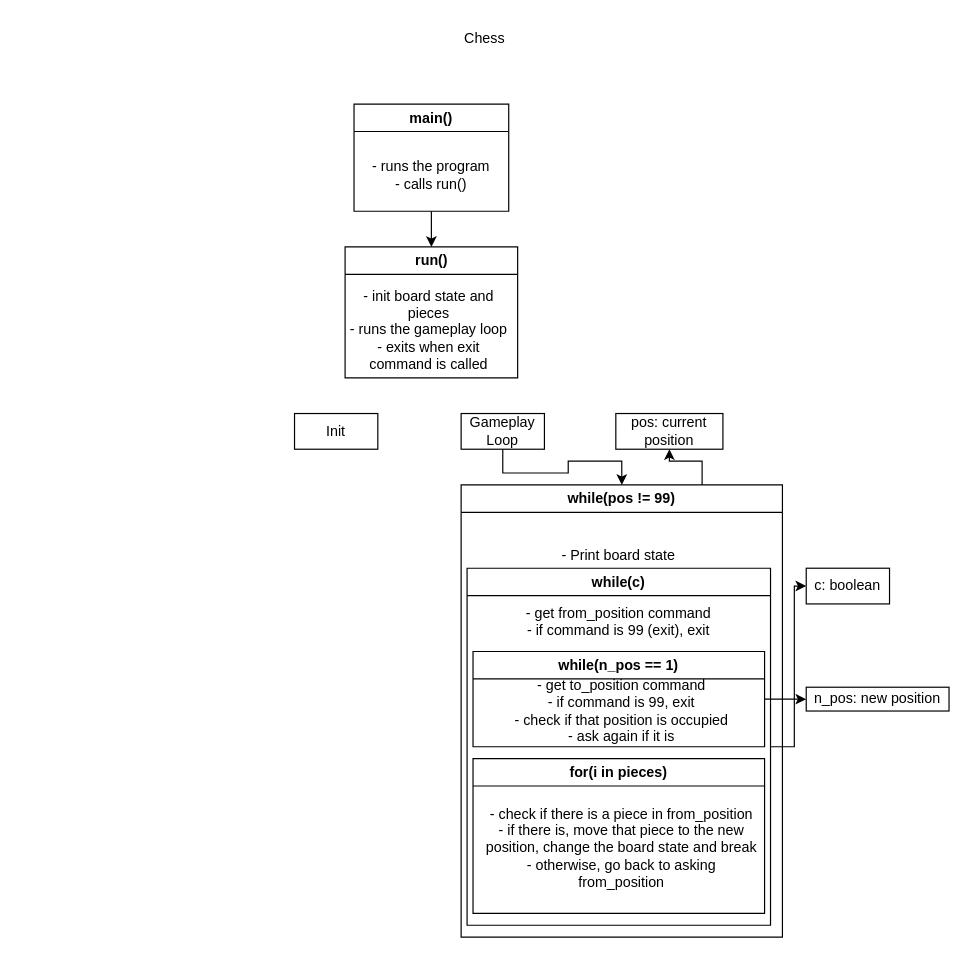
Above: Software Architecture.drawio in Habanossi/chess (draw.io), before the change. Source tidied: cells renumbered, new cells numbered last; positions are measured from the earlier drawing's top-left corner, leaving out a move shared by most shapes. Both pictures are drawn from the tidied source at 119%, with x=0, y=0 at pixel (294, 20).
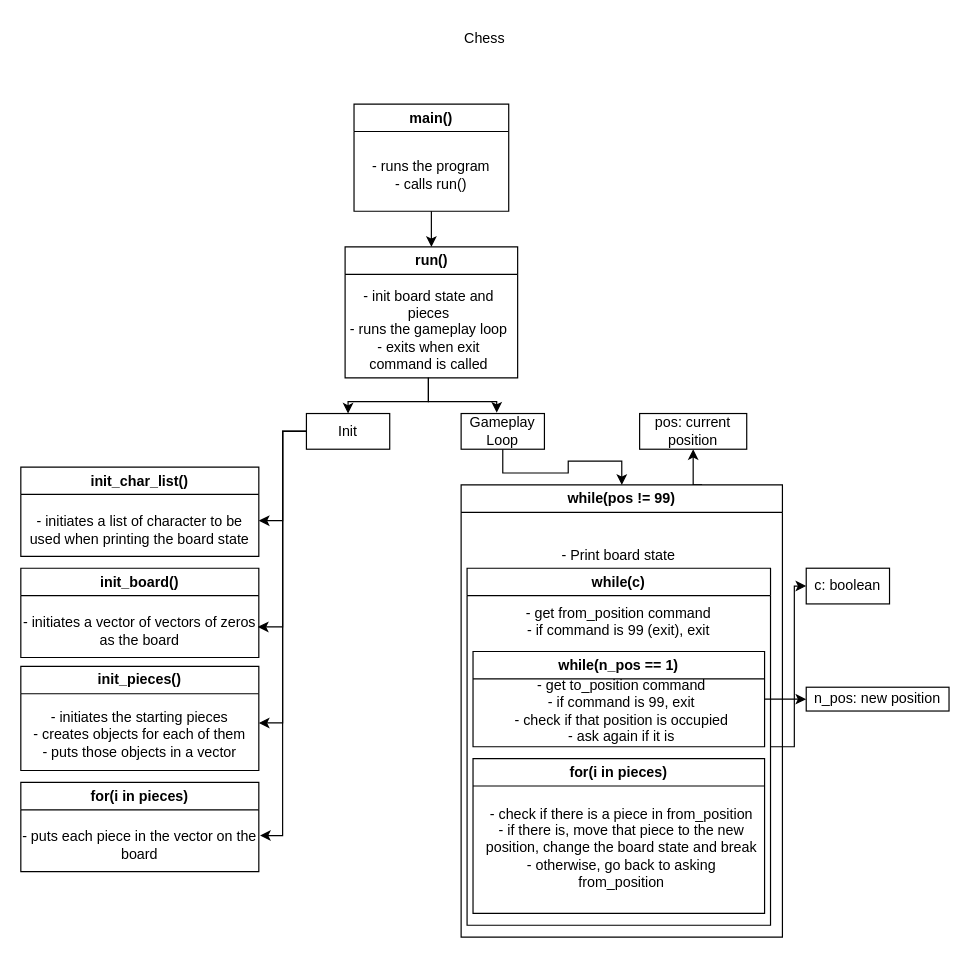
The same page after the edit.

Commit message (it also covers changes not shown here):
add inits to diagram, move init_pieces to functions

Unchanged cells that the change refers to:
```xml
<mxCell id="6" value="- init board state and pieces&lt;br&gt;- runs the gameplay loop&lt;br&gt;- exits when exit command is called" style="text;html=1;strokeColor=none;fillColor=none;align=center;verticalAlign=middle;whiteSpace=wrap;rounded=0;" parent="5" vertex="1">
  <mxGeometry y="30" width="140" height="80" as="geometry" />
</mxCell>
<mxCell id="10" value="Gameplay Loop" style="rounded=0;whiteSpace=wrap;html=1;" parent="1" vertex="1">
  <mxGeometry x="140" y="330" width="70" height="30" as="geometry" />
</mxCell>
```

The edit, as a diff of the source:
```diff
@@
+    <mxCell id="25" style="edgeStyle=orthogonalEdgeStyle;rounded=0;jettySize=auto;html=1;entryX=1;entryY=0.364;entryDx=0;entryDy=0;entryPerimeter=0;" parent="1" edge="1" source="8" target="30">
+      <mxGeometry relative="1" as="geometry" />
+    </mxCell>
+    <mxCell id="26" style="edgeStyle=orthogonalEdgeStyle;rounded=0;jettySize=auto;html=1;entryX=0.996;entryY=0.442;entryDx=0;entryDy=0;entryPerimeter=0;" parent="1" edge="1" source="8" target="32">
+      <mxGeometry relative="1" as="geometry" />
+    </mxCell>
+    <mxCell id="27" style="edgeStyle=orthogonalEdgeStyle;rounded=0;jettySize=auto;html=1;entryX=1;entryY=0.346;entryDx=0;entryDy=0;entryPerimeter=0;" parent="1" edge="1" source="8" target="34">
+      <mxGeometry relative="1" as="geometry" />
+    </mxCell>
+    <mxCell id="28" style="edgeStyle=orthogonalEdgeStyle;rounded=0;jettySize=auto;html=1;entryX=1.005;entryY=0.358;entryDx=0;entryDy=0;entryPerimeter=0;" parent="1" edge="1" source="8" target="36">
+      <mxGeometry relative="1" as="geometry" />
+    </mxCell>
     <mxCell id="8" value="Init" style="rounded=0;whiteSpace=wrap;html=1;" parent="1" vertex="1">
-      <mxGeometry y="330" width="70" height="30" as="geometry" />
+      <mxGeometry x="10" y="330" width="70" height="30" as="geometry" />
     </mxCell>
@@
     <mxCell id="20" value="pos: current position" style="rounded=0;whiteSpace=wrap;html=1;" parent="1" vertex="1">
-      <mxGeometry x="270" y="330" width="90" height="30" as="geometry" />
+      <mxGeometry x="290" y="330" width="90" height="30" as="geometry" />
     </mxCell>
@@
+    <mxCell id="29" value="init_char_list()" style="swimlane;whiteSpace=wrap;html=1;" parent="1" vertex="1">
+      <mxGeometry x="-230" y="375" width="200" height="75" as="geometry" />
+    </mxCell>
+    <mxCell id="30" value="- initiates a list of character to be used when printing the board state" style="text;html=1;strokeColor=none;fillColor=none;align=center;verticalAlign=middle;whiteSpace=wrap;rounded=0;" parent="29" vertex="1">
+      <mxGeometry y="25" width="200" height="55" as="geometry" />
+    </mxCell>
+    <mxCell id="31" value="init_board()" style="swimlane;whiteSpace=wrap;html=1;" parent="1" vertex="1">
+      <mxGeometry x="-230" y="460" width="200" height="75" as="geometry" />
+    </mxCell>
+    <mxCell id="32" value="- initiates a vector of vectors of zeros as the board" style="text;html=1;strokeColor=none;fillColor=none;align=center;verticalAlign=middle;whiteSpace=wrap;rounded=0;" parent="31" vertex="1">
+      <mxGeometry y="25" width="200" height="55" as="geometry" />
+    </mxCell>
+    <mxCell id="33" value="init_pieces()" style="swimlane;whiteSpace=wrap;html=1;" parent="1" vertex="1">
+      <mxGeometry x="-230" y="542.5" width="200" height="87.5" as="geometry" />
+    </mxCell>
+    <mxCell id="34" value="- initiates the starting pieces&lt;br&gt;- creates objects for each of them&lt;br&gt;- puts those objects in a vector" style="text;html=1;strokeColor=none;fillColor=none;align=center;verticalAlign=middle;whiteSpace=wrap;rounded=0;" parent="33" vertex="1">
+      <mxGeometry y="25" width="200" height="65" as="geometry" />
+    </mxCell>
+    <mxCell id="35" value="for(i in pieces)" style="swimlane;whiteSpace=wrap;html=1;" parent="1" vertex="1">
+      <mxGeometry x="-230" y="640" width="200" height="75" as="geometry" />
+    </mxCell>
+    <mxCell id="36" value="- puts each piece in the vector on the board" style="text;html=1;strokeColor=none;fillColor=none;align=center;verticalAlign=middle;whiteSpace=wrap;rounded=0;" parent="35" vertex="1">
+      <mxGeometry y="25" width="200" height="55" as="geometry" />
+    </mxCell>
+    <mxCell id="37" style="edgeStyle=orthogonalEdgeStyle;rounded=0;jettySize=auto;html=1;entryX=0.5;entryY=0;entryDx=0;entryDy=0;" parent="1" edge="1" source="6" target="8">
+      <mxGeometry relative="1" as="geometry" />
+    </mxCell>
+    <mxCell id="38" style="edgeStyle=orthogonalEdgeStyle;rounded=0;jettySize=auto;html=1;entryX=0.427;entryY=-0.024;entryDx=0;entryDy=0;entryPerimeter=0;" parent="1" edge="1" source="6" target="10">
+      <mxGeometry relative="1" as="geometry" />
+    </mxCell>
```
